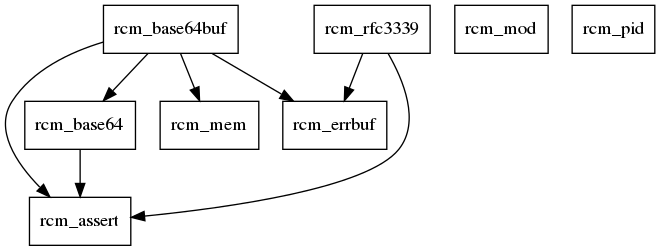
Earlier version of the Graphviz export docs/module_deps.png (librcm/librcm). Its source is kept beside it as docs/module_deps.dot.
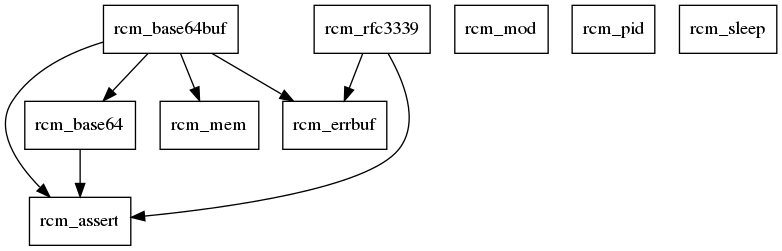
The same file after the commit.

Commit message:
add rcm_sleep module

What changed in the source:
```diff
@@ -7,6 +7,7 @@
   rcm_mod [shape=box]
   rcm_pid [shape=box]
   rcm_rfc3339 [shape=box]
+  rcm_sleep [shape=box]
   rcm_base64 -> rcm_assert
   rcm_base64buf -> rcm_assert
   rcm_base64buf -> rcm_base64
```
